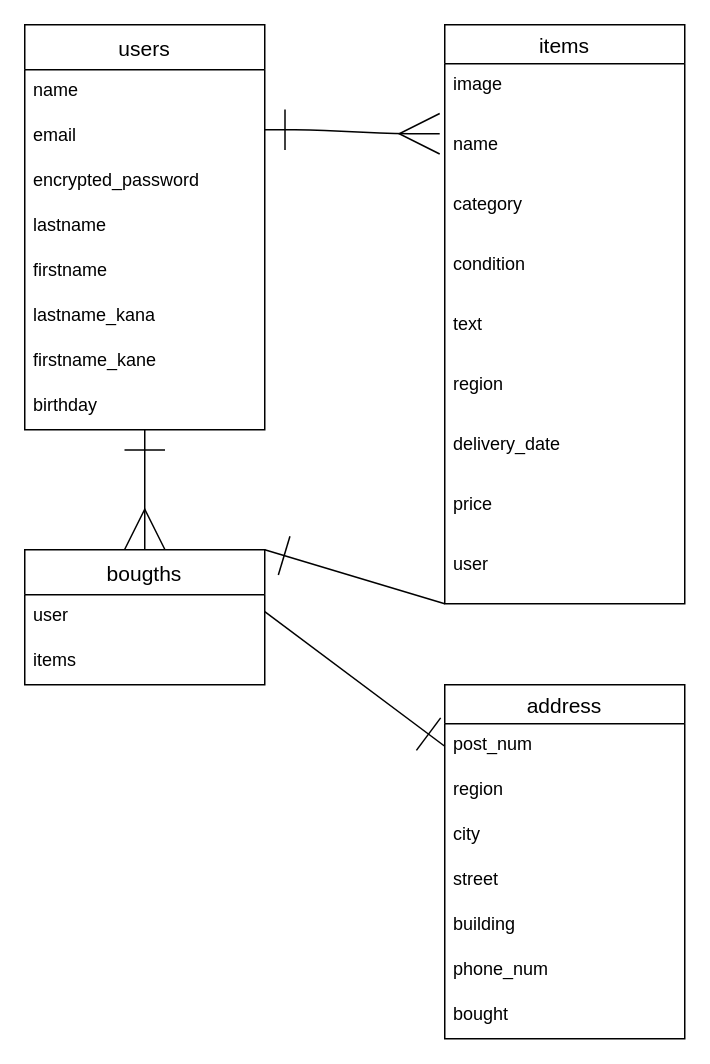
Above: db.dio in ts-0105/furima-40122 (draw.io), before the change. Source tidied: cells renumbered, new cells numbered last; positions are measured from the earlier drawing's top-left corner, leaving out a move shared by most shapes. Both pictures are drawn from the tidied source at 150%, with x=0, y=0 at pixel (24, 24).
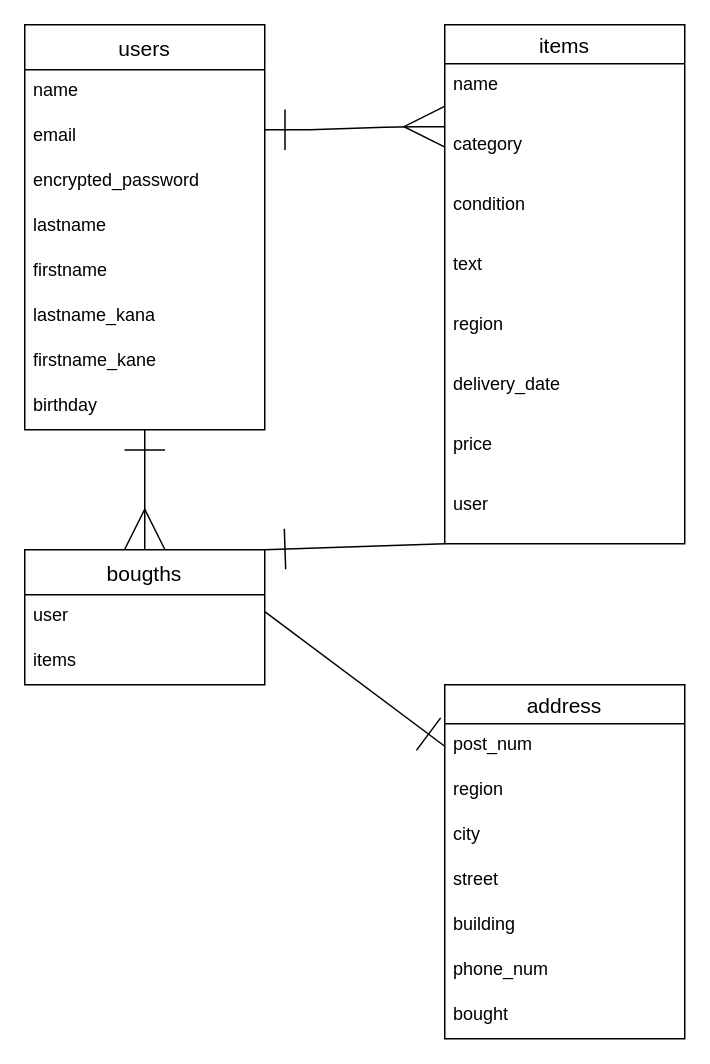
The same page after the edit.

Commit message (it also covers changes not shown here):
image削除、price追加修正

Change to the diagram source:
```diff
@@
     <mxCell id="12" value="items" style="swimlane;fontStyle=0;horizontal=1;startSize=26;align=center;fontSize=14;" parent="1" vertex="1">
-      <mxGeometry x="280" width="160" height="386" as="geometry" />
+      <mxGeometry x="280" width="160" height="346" as="geometry" />
     </mxCell>
-    <mxCell id="13" value="image" style="text;strokeColor=none;fillColor=none;spacingLeft=4;spacingRight=4;overflow=hidden;fontSize=12;" parent="12" vertex="1">
-      <mxGeometry y="26" width="160" height="40" as="geometry" />
-    </mxCell>
     <mxCell id="14" value="name" style="text;strokeColor=none;fillColor=none;spacingLeft=4;spacingRight=4;overflow=hidden;points=[[0,0.5],[1,0.5]];portConstraint=eastwest;fontSize=12;" parent="12" vertex="1">
-      <mxGeometry y="66" width="160" height="40" as="geometry" />
+      <mxGeometry y="26" width="160" height="40" as="geometry" />
     </mxCell>
     <mxCell id="15" value="category" style="text;strokeColor=none;fillColor=none;spacingLeft=4;spacingRight=4;overflow=hidden;points=[[0,0.5],[1,0.5]];portConstraint=eastwest;fontSize=12;" parent="12" vertex="1">
-      <mxGeometry y="106" width="160" height="40" as="geometry" />
+      <mxGeometry y="66" width="160" height="40" as="geometry" />
     </mxCell>
     <mxCell id="16" value="condition" style="text;strokeColor=none;fillColor=none;spacingLeft=4;spacingRight=4;overflow=hidden;fontSize=12;" parent="12" vertex="1">
-      <mxGeometry y="146" width="160" height="40" as="geometry" />
+      <mxGeometry y="106" width="160" height="40" as="geometry" />
     </mxCell>
     <mxCell id="17" value="text" style="text;strokeColor=none;fillColor=none;spacingLeft=4;spacingRight=4;overflow=hidden;fontSize=12;" parent="12" vertex="1">
-      <mxGeometry y="186" width="160" height="40" as="geometry" />
+      <mxGeometry y="146" width="160" height="40" as="geometry" />
     </mxCell>
     <mxCell id="18" value="region" style="text;strokeColor=none;fillColor=none;spacingLeft=4;spacingRight=4;overflow=hidden;fontSize=12;" parent="12" vertex="1">
-      <mxGeometry y="226" width="160" height="40" as="geometry" />
+      <mxGeometry y="186" width="160" height="40" as="geometry" />
     </mxCell>
     <mxCell id="19" value="delivery_date" style="text;strokeColor=none;fillColor=none;spacingLeft=4;spacingRight=4;overflow=hidden;fontSize=12;" parent="12" vertex="1">
-      <mxGeometry y="266" width="160" height="40" as="geometry" />
+      <mxGeometry y="226" width="160" height="40" as="geometry" />
     </mxCell>
     <mxCell id="20" value="price" style="text;strokeColor=none;fillColor=none;spacingLeft=4;spacingRight=4;overflow=hidden;fontSize=12;" parent="12" vertex="1">
-      <mxGeometry y="306" width="160" height="40" as="geometry" />
+      <mxGeometry y="266" width="160" height="40" as="geometry" />
     </mxCell>
     <mxCell id="21" value="user" style="text;strokeColor=none;fillColor=none;spacingLeft=4;spacingRight=4;overflow=hidden;fontSize=12;" parent="12" vertex="1">
-      <mxGeometry y="346" width="160" height="40" as="geometry" />
+      <mxGeometry y="306" width="160" height="40" as="geometry" />
     </mxCell>
@@
-    <mxCell id="33" style="edgeStyle=entityRelationEdgeStyle;fontSize=12;html=1;endArrow=ERmany;strokeColor=default;strokeWidth=1;targetPerimeterSpacing=0;startSize=25;endSize=25;startArrow=ERone;startFill=0;entryX=-0.021;entryY=0.167;entryDx=0;entryDy=0;entryPerimeter=0;" parent="1" edge="1" target="14">
+    <mxCell id="33" style="edgeStyle=entityRelationEdgeStyle;fontSize=12;html=1;endArrow=ERmany;strokeColor=default;strokeWidth=1;targetPerimeterSpacing=0;startSize=25;endSize=25;startArrow=ERone;startFill=0;entryX=-0.001;entryY=0.049;entryDx=0;entryDy=0;entryPerimeter=0;" parent="1" edge="1" target="15">
       <mxGeometry relative="1" as="geometry">
         <mxPoint x="160" y="70" as="sourcePoint" />
       </mxGeometry>
     </mxCell>
```
